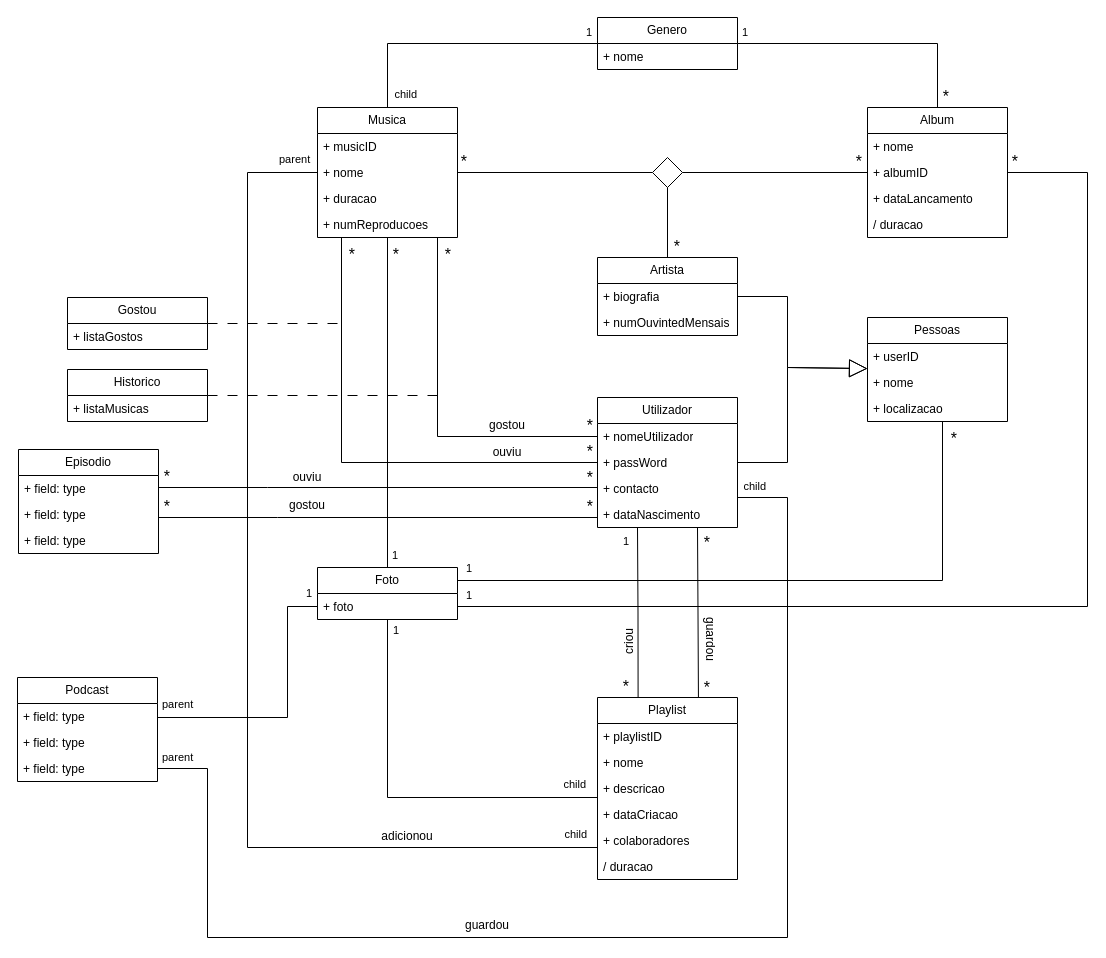
The draw.io diagram BDmusic.drawio in PedroLunet/database, before the edit. Source tidied: cells renumbered, new cells numbered last; positions are measured from the earlier drawing's top-left corner, leaving out a move shared by most shapes. Both pictures are drawn from the tidied source at 100%, with x=0, y=0 at pixel (17, 17).
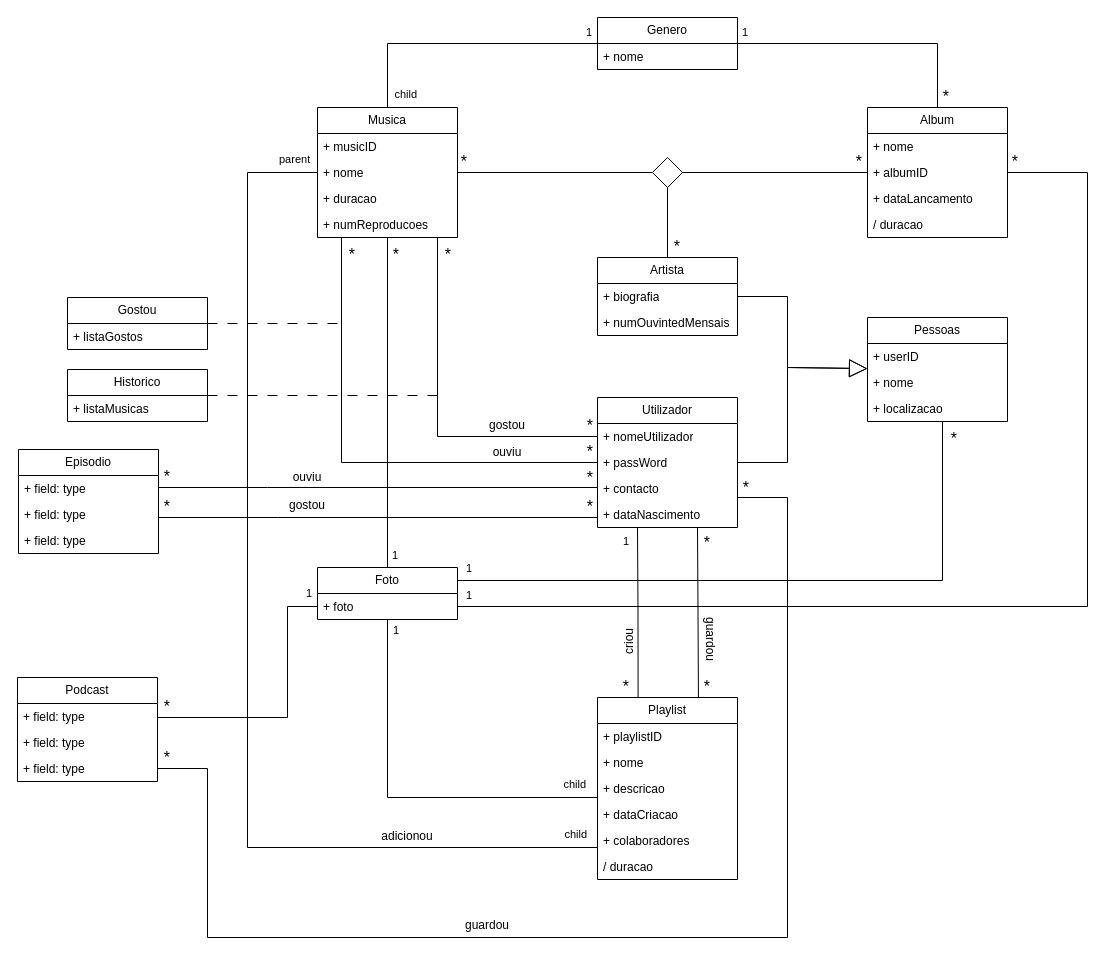
The same page after the edit.

The change refers to these unchanged cells:
```xml
<mxCell id="76" style="endArrow=none;html=1;edgeStyle=orthogonalEdgeStyle;rounded=0;" parent="1" edge="1" source="68" target="16">
  <mxGeometry relative="1" as="geometry">
    <Array as="points">
      <mxPoint x="270" y="700" />
      <mxPoint x="270" y="589" />
    </Array>
  </mxGeometry>
</mxCell>
<mxCell id="81" style="endArrow=none;html=1;edgeStyle=orthogonalEdgeStyle;rounded=0;" parent="1" edge="1" source="68" target="9">
  <mxGeometry relative="1" as="geometry">
    <Array as="points">
      <mxPoint x="190" y="751" />
      <mxPoint x="190" y="920" />
      <mxPoint x="770" y="920" />
      <mxPoint x="770" y="480" />
    </Array>
  </mxGeometry>
</mxCell>
```

The edit, as a diff of the source:
```diff
@@
-    <mxCell id="77" value="parent" style="edgeLabel;html=1;align=left;verticalAlign=bottom;" parent="76" vertex="1">
-      <mxGeometry x="-1" relative="1" as="geometry">
-        <mxPoint x="3" y="-5" as="offset" />
-      </mxGeometry>
-    </mxCell>
@@
-    <mxCell id="82" value="parent" style="edgeLabel;html=1;align=left;verticalAlign=bottom;" parent="81" vertex="1">
-      <mxGeometry x="-1" relative="1" as="geometry">
-        <mxPoint x="3" y="-3" as="offset" />
-      </mxGeometry>
-    </mxCell>
-    <mxCell id="83" value="child" style="edgeLabel;html=1;align=right;verticalAlign=bottom;" parent="81" vertex="1">
-      <mxGeometry x="1" relative="1" as="geometry">
-        <mxPoint x="29" y="-3" as="offset" />
-      </mxGeometry>
-    </mxCell>
@@
     <mxCell id="110" value="&lt;font size=&quot;1&quot;&gt;&lt;sub style=&quot;font-size: 16px;&quot;&gt;*&lt;/sub&gt;&lt;/font&gt;" style="edgeLabel;html=1;align=right;verticalAlign=bottom;" parent="1" vertex="1">
-      <mxGeometry x="693" y="681" as="geometry" />
+      <mxGeometry x="693" y="680" as="geometry" />
     </mxCell>
+    <mxCell id="111" value="&lt;font size=&quot;1&quot;&gt;&lt;sub style=&quot;font-size: 16px;&quot;&gt;*&lt;/sub&gt;&lt;/font&gt;" style="edgeLabel;html=1;align=right;verticalAlign=bottom;" parent="1" vertex="1">
+      <mxGeometry x="153" y="700" as="geometry" />
+    </mxCell>
+    <mxCell id="112" value="&lt;font size=&quot;1&quot;&gt;&lt;sub style=&quot;font-size: 16px;&quot;&gt;*&lt;/sub&gt;&lt;/font&gt;" style="edgeLabel;html=1;align=right;verticalAlign=bottom;" parent="1" vertex="1">
+      <mxGeometry x="153" y="751" as="geometry" />
+    </mxCell>
+    <mxCell id="113" value="&lt;font size=&quot;1&quot;&gt;&lt;sub style=&quot;font-size: 16px;&quot;&gt;*&lt;/sub&gt;&lt;/font&gt;" style="edgeLabel;html=1;align=right;verticalAlign=bottom;" parent="1" vertex="1">
+      <mxGeometry x="732" y="481" as="geometry" />
+    </mxCell>
```
